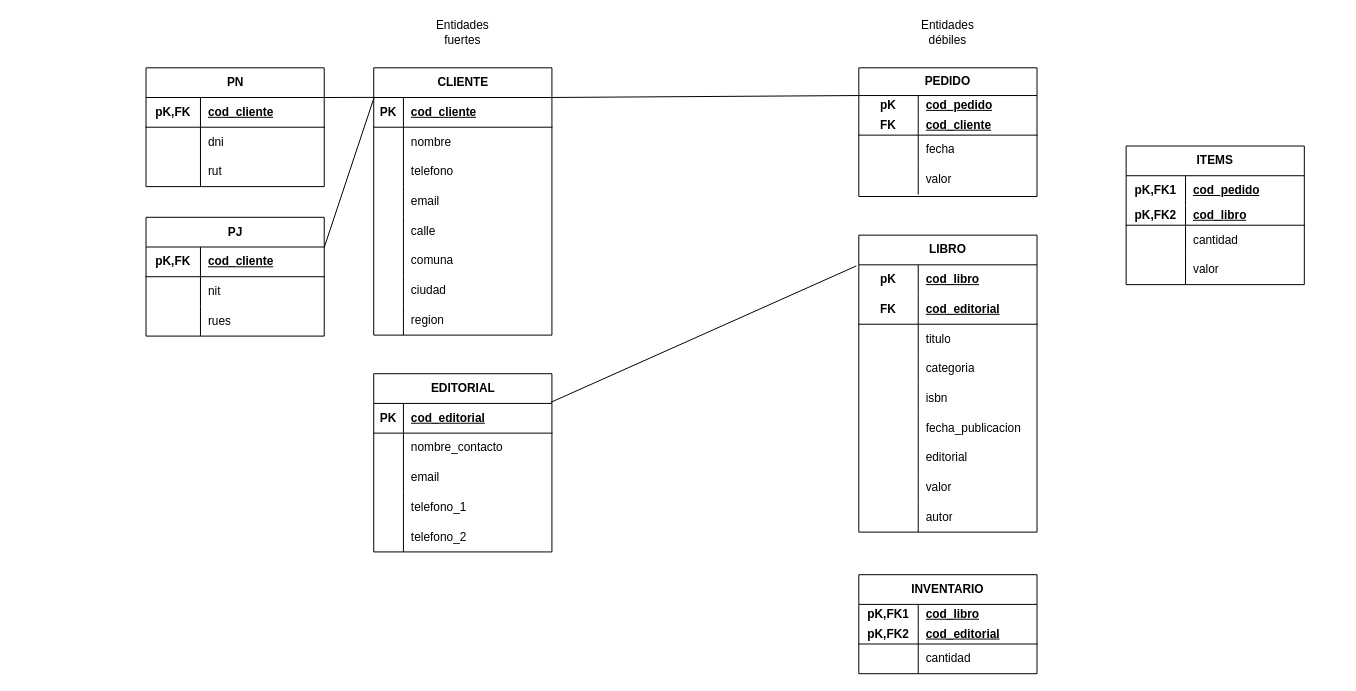
Before: page "Modelo Lógico" (2 of 2) of ClubDelLibro.drawio in ivazquez-07/database-modeller-excersises, a draw.io diagram. Source tidied: cells renumbered, new cells numbered last; positions are measured from the earlier drawing's top-left corner, leaving out a move shared by most shapes. Both pictures are drawn from the tidied source at 99%, with x=0, y=0 at pixel (146, 17).
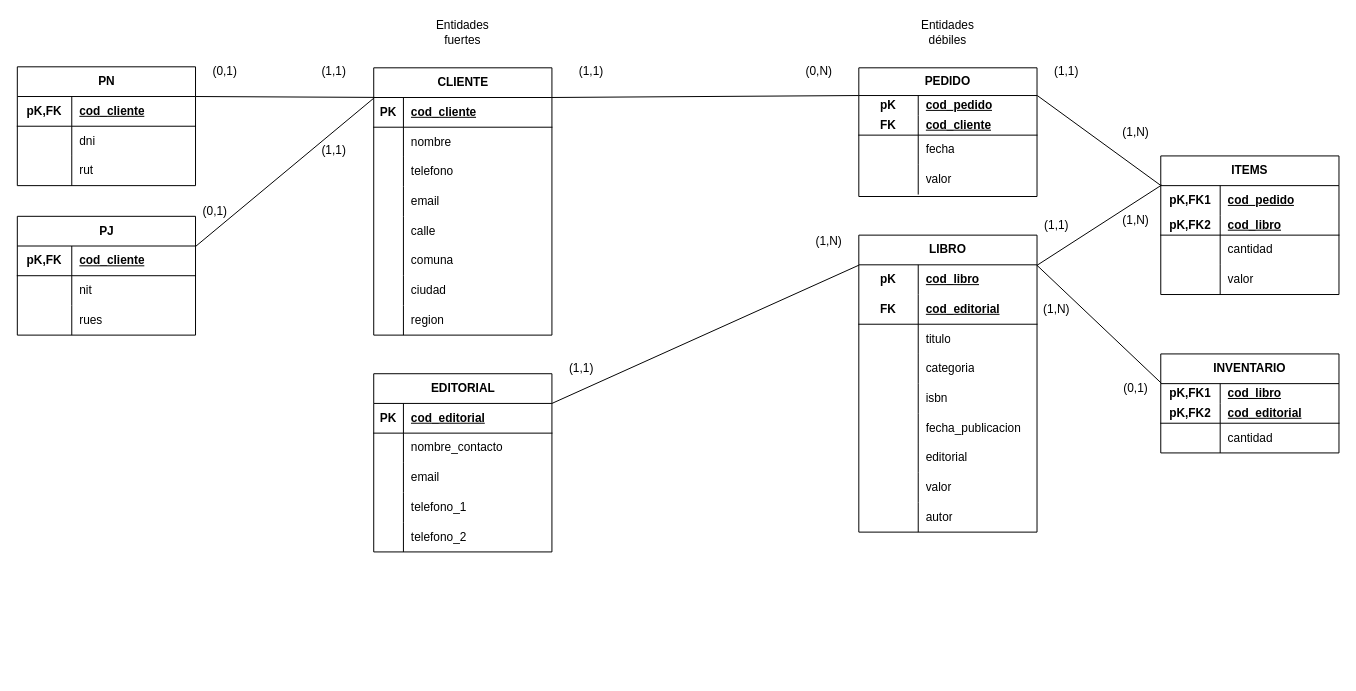
After the change.

Commit message:
Modelo lógico finalizado

Unchanged cells that the change refers to:
```xml
<mxCell id="29" style="shape=tableRow;horizontal=0;startSize=0;swimlaneHead=0;swimlaneBody=0;fillColor=none;points=[[0,0.5],[1,0.5]];portConstraint=eastwest;top=0;left=0;right=0;bottom=1;" parent="28" vertex="1">
  <mxGeometry y="30" width="180" height="30" as="geometry" />
</mxCell>
<mxCell id="45" style="shape=tableRow;horizontal=0;startSize=0;swimlaneHead=0;swimlaneBody=0;fillColor=none;points=[[0,0.5],[1,0.5]];portConstraint=eastwest;top=0;left=0;right=0;bottom=0;html=1;" parent="44" vertex="1">
  <mxGeometry y="28" width="180" height="20" as="geometry" />
</mxCell>
<mxCell id="58" value="LIBRO" style="shape=table;startSize=30;childLayout=tableLayout;rowLines=0;fontStyle=1;align=center;html=1;whiteSpace=wrap;" parent="1" vertex="1">
  <mxGeometry x="720" y="220" width="180" height="300" as="geometry" />
</mxCell>
<mxCell id="59" style="shape=tableRow;horizontal=0;startSize=0;swimlaneHead=0;swimlaneBody=0;fillColor=none;points=[[0,0.5],[1,0.5]];portConstraint=eastwest;top=0;left=0;right=0;bottom=0;html=1;" parent="58" vertex="1">
  <mxGeometry y="30" width="180" height="30" as="geometry" />
</mxCell>
<mxCell id="87" style="shape=tableRow;horizontal=0;startSize=0;swimlaneHead=0;swimlaneBody=0;fillColor=none;points=[[0,0.5],[1,0.5]];portConstraint=eastwest;top=0;left=0;right=0;bottom=0;html=1;" parent="86" vertex="1">
  <mxGeometry y="30" width="180" height="20" as="geometry" />
</mxCell>
<mxCell id="97" style="shape=tableRow;horizontal=0;startSize=0;swimlaneHead=0;swimlaneBody=0;fillColor=none;points=[[0,0.5],[1,0.5]];portConstraint=eastwest;top=0;left=0;right=0;bottom=0;html=1;" parent="96" vertex="1">
  <mxGeometry y="30" width="180" height="30" as="geometry" />
</mxCell>
```

The edit, as a diff of the source:
```diff
@@
     <mxCell id="86" value="INVENTARIO" style="shape=table;startSize=30;childLayout=tableLayout;rowLines=0;fontStyle=1;align=center;html=1;whiteSpace=wrap;" parent="1" vertex="1">
-      <mxGeometry x="720" y="563" width="180" height="100" as="geometry" />
+      <mxGeometry x="1025" y="340" width="180" height="100" as="geometry" />
     </mxCell>
@@
     <mxCell id="96" value="ITEMS" style="shape=table;startSize=30;childLayout=tableLayout;rowLines=0;fontStyle=1;align=center;html=1;whiteSpace=wrap;" parent="1" vertex="1">
-      <mxGeometry x="990" y="130" width="180" height="140" as="geometry" />
+      <mxGeometry x="1025" y="140" width="180" height="140" as="geometry" />
     </mxCell>
@@
     <mxCell id="109" value="PN" style="shape=table;startSize=30;childLayout=tableLayout;rowLines=0;fontStyle=1;align=center;html=1;" parent="1" vertex="1">
-      <mxGeometry y="51" width="180" height="120" as="geometry" />
+      <mxGeometry x="-130" y="50" width="180" height="120" as="geometry" />
     </mxCell>
@@
     <mxCell id="119" value="PJ" style="shape=table;startSize=30;childLayout=tableLayout;rowLines=0;fontStyle=1;align=center;html=1;" parent="1" vertex="1">
-      <mxGeometry y="202" width="180" height="120" as="geometry" />
+      <mxGeometry x="-130" y="201" width="180" height="120" as="geometry" />
     </mxCell>
@@
-    <mxCell id="132" style="endArrow=none;html=1;rounded=0;exitX=0.994;exitY=-0.037;exitDx=0;exitDy=0;exitPerimeter=0;entryX=-0.014;entryY=0.037;entryDx=0;entryDy=0;entryPerimeter=0;" parent="1" edge="1" source="29" target="59">
-      <mxGeometry relative="1" as="geometry" />
+    <mxCell id="132" style="endArrow=none;html=1;rounded=0;entryX=0.001;entryY=0.101;entryDx=0;entryDy=0;entryPerimeter=0;" parent="1" edge="1" target="58">
+      <mxGeometry relative="1" as="geometry">
+        <mxPoint x="410" y="390" as="sourcePoint" />
+      </mxGeometry>
     </mxCell>
+    <mxCell id="133" style="endArrow=none;html=1;rounded=0;exitX=1.001;exitY=-0.002;exitDx=0;exitDy=0;exitPerimeter=0;entryX=0.001;entryY=0.214;entryDx=0;entryDy=0;entryPerimeter=0;" parent="1" edge="1" source="45" target="96">
+      <mxGeometry relative="1" as="geometry" />
+    </mxCell>
+    <mxCell id="134" style="endArrow=none;html=1;rounded=0;exitX=0.999;exitY=0.102;exitDx=0;exitDy=0;exitPerimeter=0;entryX=0.005;entryY=-0.02;entryDx=0;entryDy=0;entryPerimeter=0;" parent="1" edge="1" source="58" target="97">
+      <mxGeometry relative="1" as="geometry" />
+    </mxCell>
+    <mxCell id="135" style="endArrow=none;html=1;rounded=0;exitX=1;exitY=0.017;exitDx=0;exitDy=0;exitPerimeter=0;entryX=0.003;entryY=-0.023;entryDx=0;entryDy=0;entryPerimeter=0;" parent="1" edge="1" source="59" target="87">
+      <mxGeometry relative="1" as="geometry" />
+    </mxCell>
+    <mxCell id="136" value="(0,1)" style="text;html=1;align=center;verticalAlign=middle;whiteSpace=wrap;rounded=0;" parent="1" vertex="1">
+      <mxGeometry x="50" y="40" width="60" height="30" as="geometry" />
+    </mxCell>
+    <mxCell id="137" value="(0,1)" style="text;html=1;align=center;verticalAlign=middle;whiteSpace=wrap;rounded=0;" parent="1" vertex="1">
+      <mxGeometry x="40" y="181" width="60" height="30" as="geometry" />
+    </mxCell>
+    <mxCell id="138" value="(1,1)" style="text;html=1;align=center;verticalAlign=middle;whiteSpace=wrap;rounded=0;" parent="1" vertex="1">
+      <mxGeometry x="160" y="40" width="60" height="30" as="geometry" />
+    </mxCell>
+    <mxCell id="139" value="(1,1)" style="text;html=1;align=center;verticalAlign=middle;whiteSpace=wrap;rounded=0;" parent="1" vertex="1">
+      <mxGeometry x="160" y="120" width="60" height="30" as="geometry" />
+    </mxCell>
+    <mxCell id="140" value="(1,1)" style="text;html=1;align=center;verticalAlign=middle;whiteSpace=wrap;rounded=0;" parent="1" vertex="1">
+      <mxGeometry x="420" y="40" width="60" height="30" as="geometry" />
+    </mxCell>
+    <mxCell id="141" value="(0,N)" style="text;html=1;align=center;verticalAlign=middle;whiteSpace=wrap;rounded=0;" parent="1" vertex="1">
+      <mxGeometry x="650" y="40" width="60" height="30" as="geometry" />
+    </mxCell>
+    <mxCell id="142" value="(1,1)" style="text;html=1;align=center;verticalAlign=middle;whiteSpace=wrap;rounded=0;" parent="1" vertex="1">
+      <mxGeometry x="900" y="40" width="60" height="30" as="geometry" />
+    </mxCell>
+    <mxCell id="143" value="(1,N)" style="text;html=1;align=center;verticalAlign=middle;whiteSpace=wrap;rounded=0;" parent="1" vertex="1">
+      <mxGeometry x="970" y="101" width="60" height="30" as="geometry" />
+    </mxCell>
+    <mxCell id="144" value="(1,1)" style="text;html=1;align=center;verticalAlign=middle;whiteSpace=wrap;rounded=0;" parent="1" vertex="1">
+      <mxGeometry x="410" y="340" width="60" height="30" as="geometry" />
+    </mxCell>
+    <mxCell id="145" value="(1,N)" style="text;html=1;align=center;verticalAlign=middle;whiteSpace=wrap;rounded=0;" parent="1" vertex="1">
+      <mxGeometry x="660" y="211" width="60" height="30" as="geometry" />
+    </mxCell>
+    <mxCell id="146" value="(1,1)" style="text;html=1;align=center;verticalAlign=middle;whiteSpace=wrap;rounded=0;" parent="1" vertex="1">
+      <mxGeometry x="890" y="195" width="60" height="30" as="geometry" />
+    </mxCell>
+    <mxCell id="147" value="(1,N)" style="text;html=1;align=center;verticalAlign=middle;whiteSpace=wrap;rounded=0;" parent="1" vertex="1">
+      <mxGeometry x="970" y="190" width="60" height="30" as="geometry" />
+    </mxCell>
+    <mxCell id="148" value="(1,N)" style="text;html=1;align=center;verticalAlign=middle;whiteSpace=wrap;rounded=0;" parent="1" vertex="1">
+      <mxGeometry x="890" y="280" width="60" height="30" as="geometry" />
+    </mxCell>
+    <mxCell id="149" value="(0,1)" style="text;html=1;align=center;verticalAlign=middle;whiteSpace=wrap;rounded=0;" parent="1" vertex="1">
+      <mxGeometry x="970" y="360" width="60" height="30" as="geometry" />
+    </mxCell>
```
